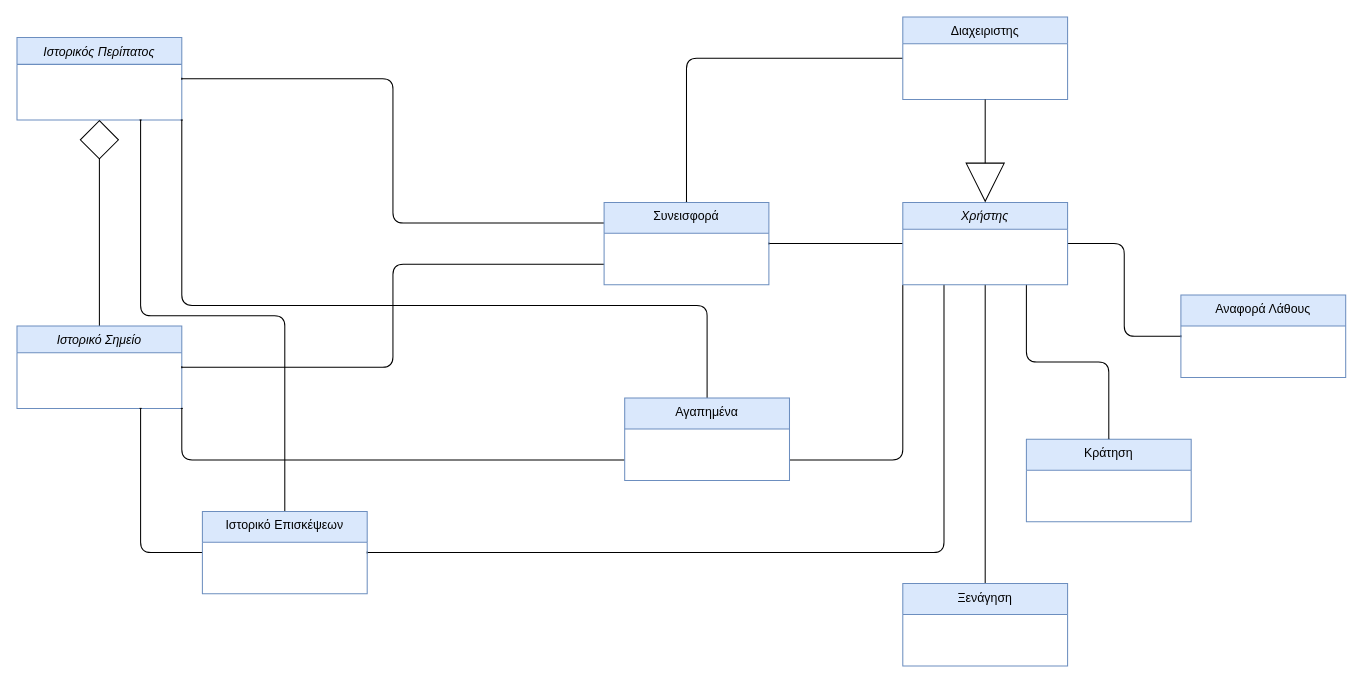
Above: NOTES/Domain Model v0.1.drawio in Nektar24/software-engineering (draw.io), before the change. Source tidied: cells renumbered, new cells numbered last; positions are measured from the earlier drawing's top-left corner, leaving out a move shared by most shapes. Both pictures are drawn from the tidied source at 103%, with x=0, y=0 at pixel (16, 16).
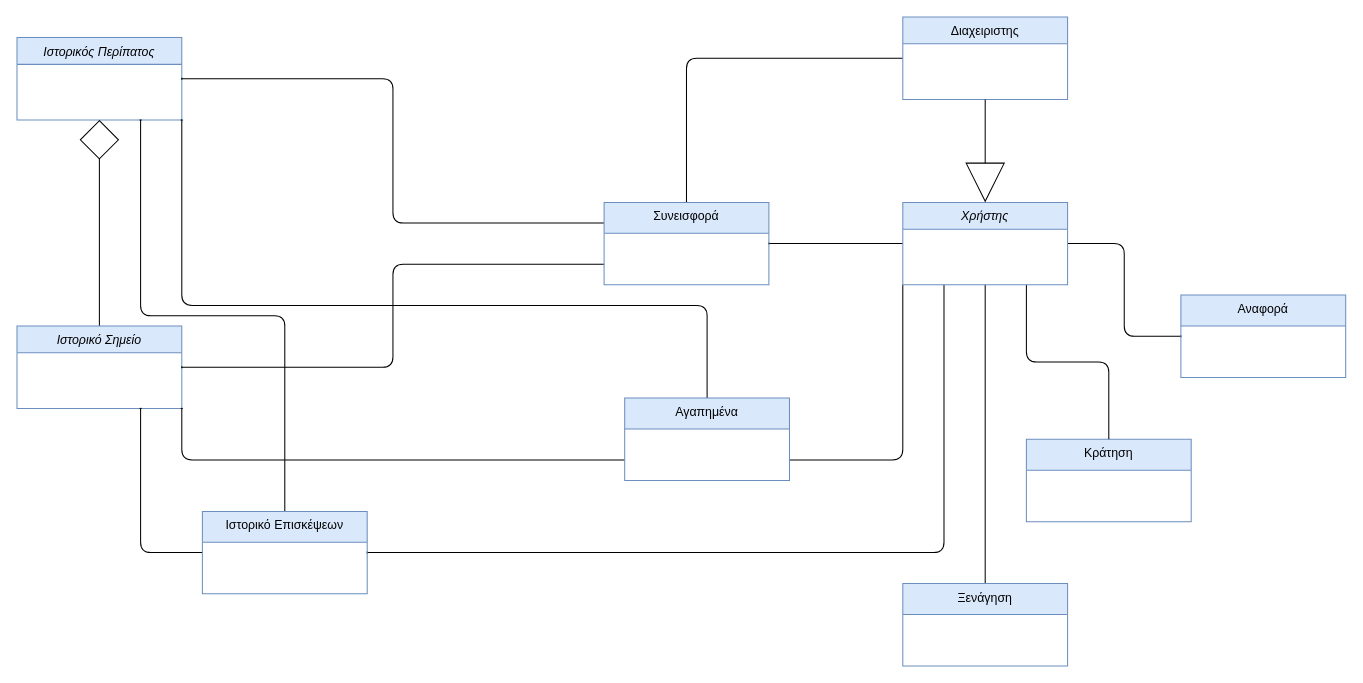
Above is the later version.

Commit message (it also covers changes not shown here):
domain model update

Diff of the diagram source:
```diff
@@
-    <mxCell id="26" value="Αναφορά Λάθους" style="swimlane;fontStyle=0;align=center;verticalAlign=top;horizontal=1;startSize=30;rounded=0;shadow=0;strokeWidth=1;fillColor=#dae8fc;strokeColor=#6c8ebf;" parent="1" vertex="1">
+    <mxCell id="26" value="Αναφορά" style="swimlane;fontStyle=0;align=center;verticalAlign=top;horizontal=1;startSize=30;rounded=0;shadow=0;strokeWidth=1;fillColor=#dae8fc;strokeColor=#6c8ebf;" parent="1" vertex="1">
       <mxGeometry x="1130" y="270" width="160" height="80" as="geometry" />
     </mxCell>
```
